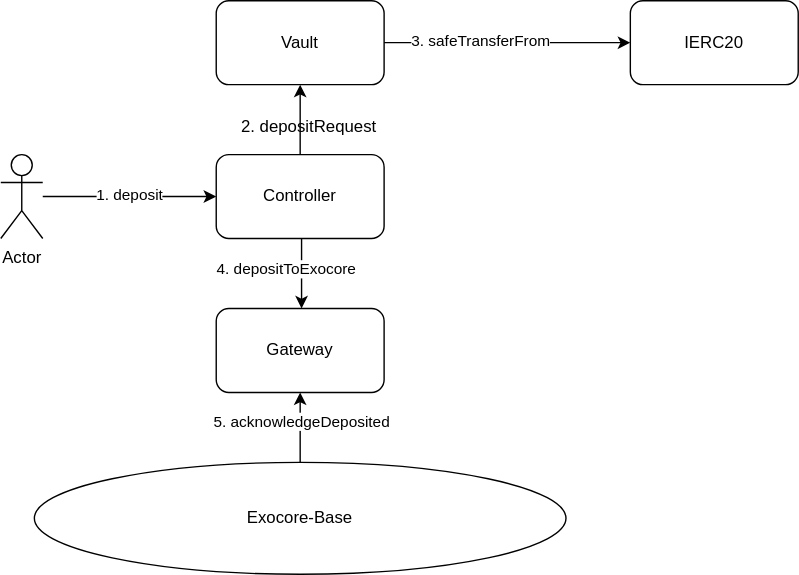
This is docs/deposit.drawio.svg from ExocoreNetwork/exocore-contracts, a draw.io export, as it was before one commit. Source tidied: cells renumbered, new cells last; positions are measured from the earlier drawing's top-left corner, leaving out a move shared by most shapes. The source it was exported from:
```xml
<mxGraphModel>
  <root>
    <mxCell id="0" />
    <mxCell id="1" parent="0" />
    <mxCell id="2" value="Gateway" style="rounded=1;whiteSpace=wrap;html=1;flipV=0;" parent="1" vertex="1">
      <mxGeometry x="154" y="220" width="120" height="60" as="geometry" />
    </mxCell>
    <mxCell id="3" style="edgeStyle=none;html=1;" parent="1" edge="1" target="16">
      <mxGeometry relative="1" as="geometry">
        <mxPoint x="274" y="30" as="sourcePoint" />
      </mxGeometry>
    </mxCell>
    <mxCell id="4" value="3. safeTransferFrom" style="edgeLabel;html=1;align=center;verticalAlign=middle;" parent="3" vertex="1">
      <mxGeometry x="-0.23" y="2" relative="1" as="geometry" />
    </mxCell>
    <mxCell id="5" style="edgeStyle=none;html=1;" parent="1" edge="1" source="8" target="9">
      <mxGeometry relative="1" as="geometry" />
    </mxCell>
    <mxCell id="6" style="edgeStyle=none;html=1;" parent="1" edge="1">
      <mxGeometry relative="1" as="geometry">
        <mxPoint x="215" y="170" as="sourcePoint" />
        <mxPoint x="215" y="220" as="targetPoint" />
      </mxGeometry>
    </mxCell>
    <mxCell id="7" value="4. depositToExocore" style="edgeLabel;html=1;align=center;verticalAlign=middle;" parent="6" vertex="1">
      <mxGeometry x="-0.16" y="-1" relative="1" as="geometry">
        <mxPoint x="-11" as="offset" />
      </mxGeometry>
    </mxCell>
    <mxCell id="8" value="Controller" style="rounded=1;whiteSpace=wrap;html=1;flipV=0;" parent="1" vertex="1">
      <mxGeometry x="154" y="110" width="120" height="60" as="geometry" />
    </mxCell>
    <mxCell id="9" value="Vault" style="rounded=1;whiteSpace=wrap;html=1;flipV=0;" parent="1" vertex="1">
      <mxGeometry x="154" width="120" height="60" as="geometry" />
    </mxCell>
    <mxCell id="10" style="edgeStyle=none;html=1;" parent="1" edge="1" source="12" target="2">
      <mxGeometry relative="1" as="geometry" />
    </mxCell>
    <mxCell id="11" value="5. acknowledgeDeposited" style="edgeLabel;html=1;align=center;verticalAlign=middle;" parent="10" vertex="1">
      <mxGeometry x="-0.36" y="-1" relative="1" as="geometry">
        <mxPoint x="-1" y="-14" as="offset" />
      </mxGeometry>
    </mxCell>
    <mxCell id="12" value="Exocore-Base" style="ellipse;whiteSpace=wrap;html=1;" parent="1" vertex="1">
      <mxGeometry x="24" y="330" width="380" height="80" as="geometry" />
    </mxCell>
    <mxCell id="13" style="edgeStyle=none;html=1;" parent="1" edge="1" source="15">
      <mxGeometry relative="1" as="geometry">
        <mxPoint x="154" y="140" as="targetPoint" />
      </mxGeometry>
    </mxCell>
    <mxCell id="14" value="1. deposit" style="edgeLabel;html=1;align=center;verticalAlign=middle;" parent="13" vertex="1">
      <mxGeometry x="-0.32" y="2" relative="1" as="geometry">
        <mxPoint x="19" as="offset" />
      </mxGeometry>
    </mxCell>
    <mxCell id="15" value="Actor" style="shape=umlActor;verticalLabelPosition=bottom;verticalAlign=top;html=1;outlineConnect=0;" parent="1" vertex="1">
      <mxGeometry y="110" width="30" height="60" as="geometry" />
    </mxCell>
    <mxCell id="16" value="IERC20" style="rounded=1;whiteSpace=wrap;html=1;" parent="1" vertex="1">
      <mxGeometry x="450" width="120" height="60" as="geometry" />
    </mxCell>
    <mxCell id="17" value="2. depositRequest" style="text;html=1;align=center;verticalAlign=middle;strokeColor=none;fillColor=none;" parent="1" vertex="1">
      <mxGeometry x="160" y="75" width="120" height="30" as="geometry" />
    </mxCell>
  </root>
</mxGraphModel>
```
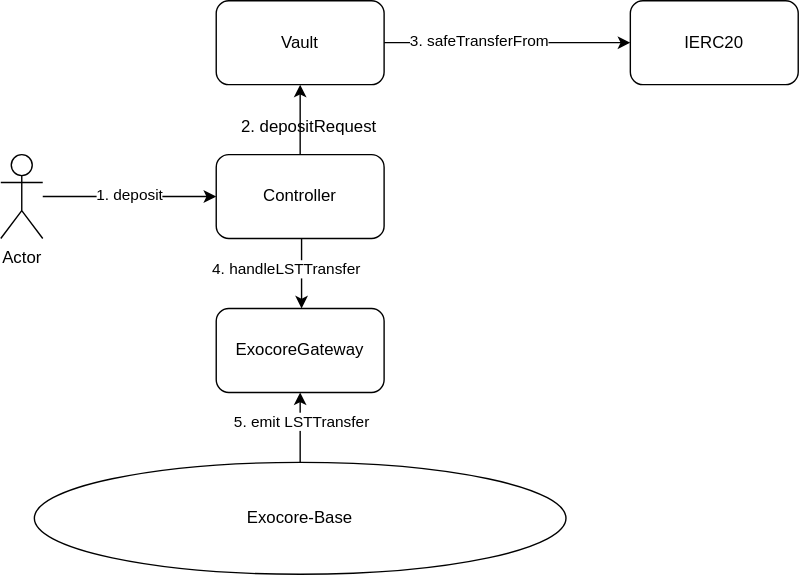
Above is the later version.

Change to the diagram source:
```diff
@@ -2,7 +2,7 @@
   <root>
     <mxCell id="0" />
     <mxCell id="1" parent="0" />
-    <mxCell id="2" value="Gateway" style="rounded=1;whiteSpace=wrap;html=1;flipV=0;" parent="1" vertex="1">
+    <mxCell id="2" value="ExocoreGateway" style="rounded=1;whiteSpace=wrap;html=1;flipV=0;" parent="1" vertex="1">
       <mxGeometry x="154" y="220" width="120" height="60" as="geometry" />
     </mxCell>
     <mxCell id="3" style="edgeStyle=none;html=1;" parent="1" edge="1" target="16">
@@ -22,7 +22,7 @@
         <mxPoint x="215" y="220" as="targetPoint" />
       </mxGeometry>
     </mxCell>
-    <mxCell id="7" value="4. depositToExocore" style="edgeLabel;html=1;align=center;verticalAlign=middle;" parent="6" vertex="1">
+    <mxCell id="7" value="4. handleLSTTransfer" style="edgeLabel;html=1;align=center;verticalAlign=middle;" parent="6" vertex="1">
       <mxGeometry x="-0.16" y="-1" relative="1" as="geometry">
         <mxPoint x="-11" as="offset" />
       </mxGeometry>
@@ -36,7 +36,7 @@
     <mxCell id="10" style="edgeStyle=none;html=1;" parent="1" edge="1" source="12" target="2">
       <mxGeometry relative="1" as="geometry" />
     </mxCell>
-    <mxCell id="11" value="5. acknowledgeDeposited" style="edgeLabel;html=1;align=center;verticalAlign=middle;" parent="10" vertex="1">
+    <mxCell id="11" value="5. emit LSTTransfer" style="edgeLabel;html=1;align=center;verticalAlign=middle;" parent="10" vertex="1">
       <mxGeometry x="-0.36" y="-1" relative="1" as="geometry">
         <mxPoint x="-1" y="-14" as="offset" />
       </mxGeometry>
```
